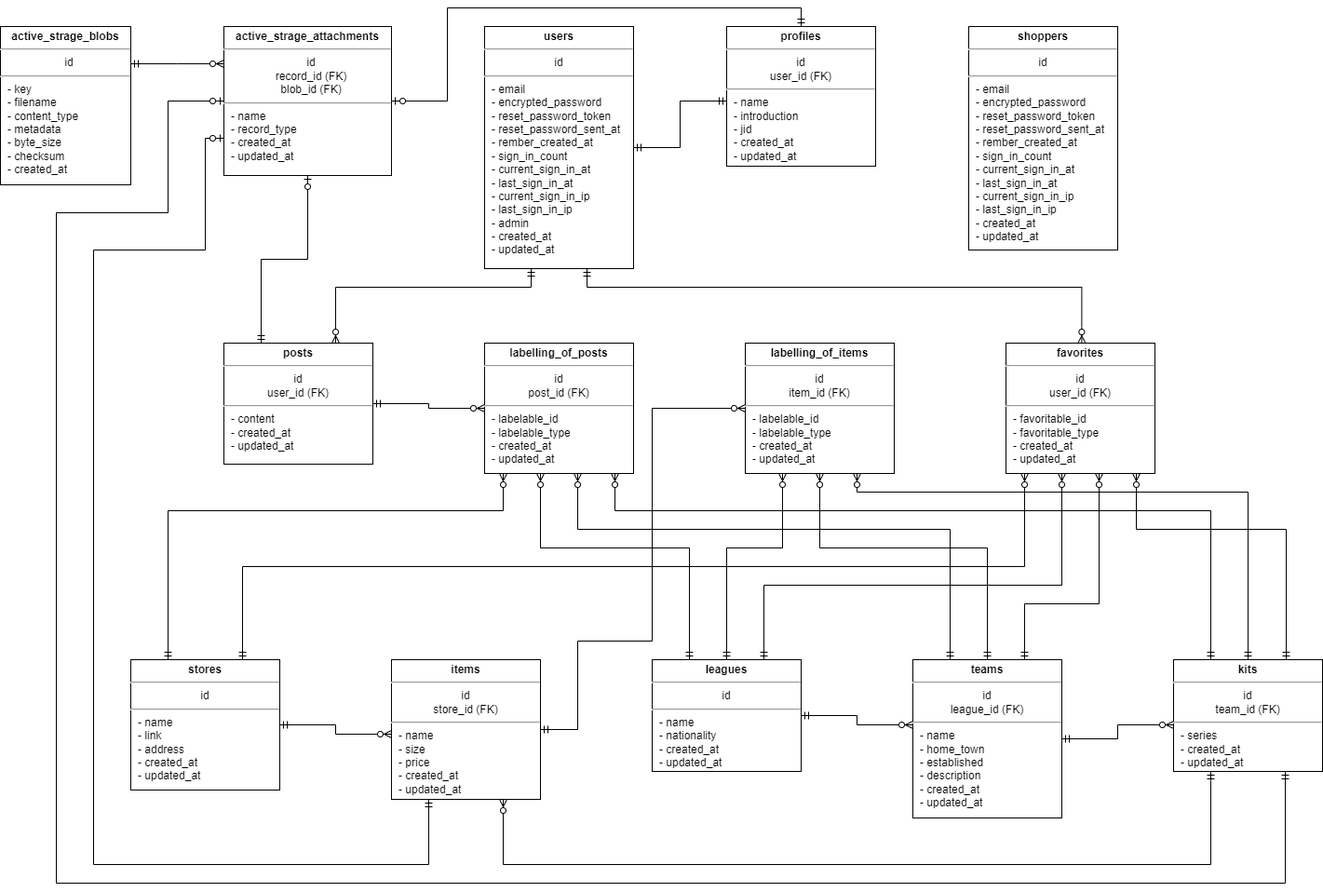
This is docs/ERD.png from taiki-naya/App_01, a draw.io export, as it was before one commit. Source tidied: cells renumbered, new cells last; positions are measured from the earlier drawing's top-left corner, leaving out a move shared by most shapes.
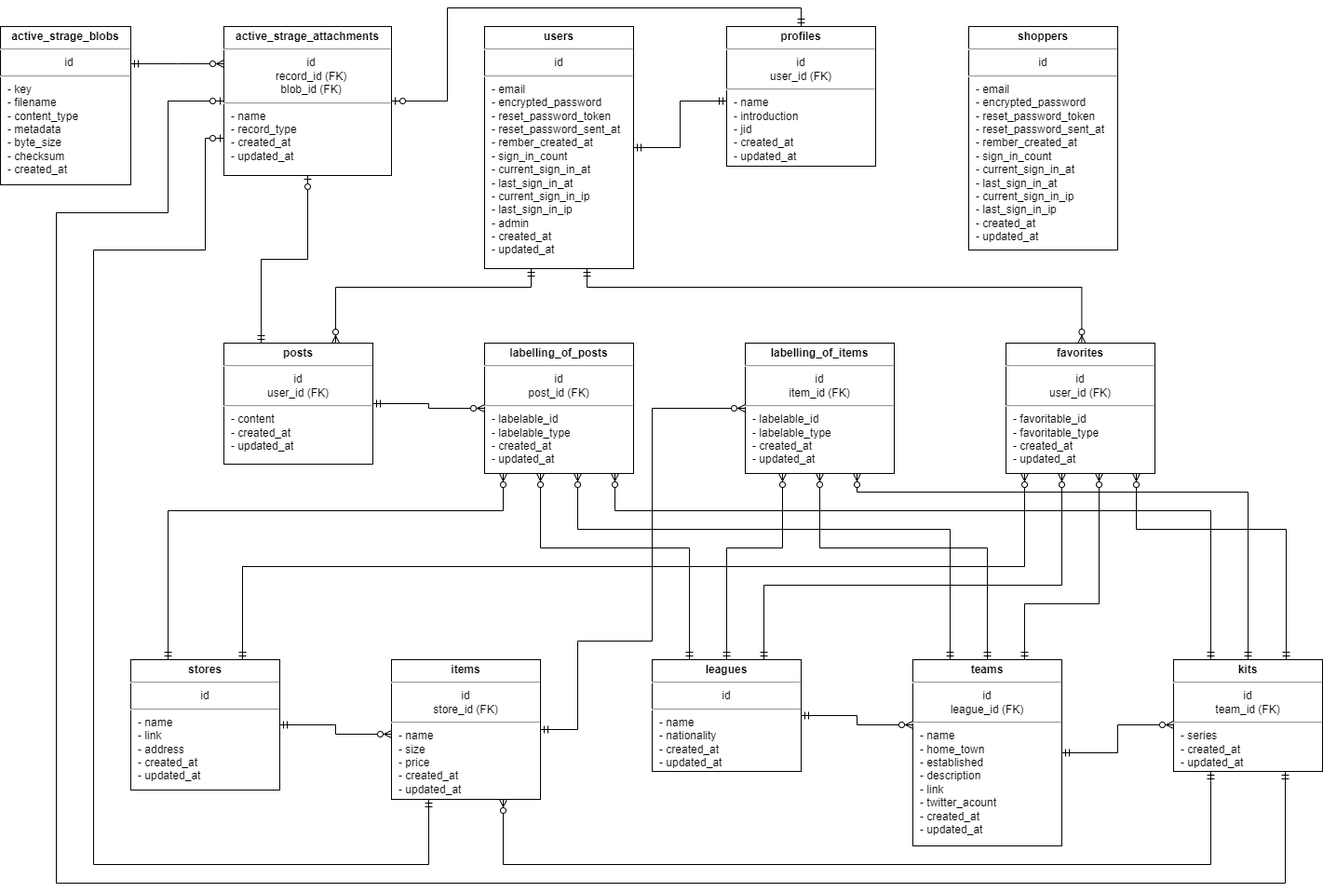
The same file after the commit.

Change to the diagram source:
```diff
@@ -238,8 +238,8 @@
         </Array>
       </mxGeometry>
     </mxCell>
-    <mxCell id="37" value="&lt;p style=&quot;margin: 4px 0px 0px ; text-align: center&quot;&gt;&lt;b&gt;teams&lt;/b&gt;&lt;/p&gt;&lt;hr&gt;&lt;div style=&quot;text-align: center&quot;&gt;&lt;span style=&quot;font-size: 12px&quot;&gt;id&lt;/span&gt;&lt;/div&gt;&lt;div style=&quot;text-align: center&quot;&gt;&lt;span style=&quot;font-size: 12px&quot;&gt;league_id (FK)&lt;/span&gt;&lt;/div&gt;&lt;hr&gt;&lt;p style=&quot;margin: 0px ; margin-left: 8px&quot;&gt;- name&lt;/p&gt;&lt;p style=&quot;margin: 0px ; margin-left: 8px&quot;&gt;- home_town&lt;/p&gt;&lt;p style=&quot;margin: 0px ; margin-left: 8px&quot;&gt;- established&lt;/p&gt;&lt;p style=&quot;margin: 0px ; margin-left: 8px&quot;&gt;- description&lt;/p&gt;&lt;p style=&quot;margin: 0px ; margin-left: 8px&quot;&gt;- created_at&lt;/p&gt;&lt;p style=&quot;margin: 0px ; margin-left: 8px&quot;&gt;- updated_at&lt;/p&gt;" style="verticalAlign=top;align=left;overflow=fill;fontSize=12;fontFamily=Helvetica;html=1;" parent="1" vertex="1">
-      <mxGeometry x="980" y="700" width="160" height="170" as="geometry" />
+    <mxCell id="37" value="&lt;p style=&quot;margin: 4px 0px 0px ; text-align: center&quot;&gt;&lt;b&gt;teams&lt;/b&gt;&lt;/p&gt;&lt;hr&gt;&lt;div style=&quot;text-align: center&quot;&gt;&lt;span style=&quot;font-size: 12px&quot;&gt;id&lt;/span&gt;&lt;/div&gt;&lt;div style=&quot;text-align: center&quot;&gt;&lt;span style=&quot;font-size: 12px&quot;&gt;league_id (FK)&lt;/span&gt;&lt;/div&gt;&lt;hr&gt;&lt;p style=&quot;margin: 0px ; margin-left: 8px&quot;&gt;- name&lt;/p&gt;&lt;p style=&quot;margin: 0px ; margin-left: 8px&quot;&gt;- home_town&lt;/p&gt;&lt;p style=&quot;margin: 0px ; margin-left: 8px&quot;&gt;- established&lt;/p&gt;&lt;p style=&quot;margin: 0px ; margin-left: 8px&quot;&gt;- description&lt;/p&gt;&lt;p style=&quot;margin: 0px ; margin-left: 8px&quot;&gt;- link&lt;/p&gt;&lt;p style=&quot;margin: 0px ; margin-left: 8px&quot;&gt;- twitter_acount&lt;/p&gt;&lt;p style=&quot;margin: 0px ; margin-left: 8px&quot;&gt;- created_at&lt;/p&gt;&lt;p style=&quot;margin: 0px ; margin-left: 8px&quot;&gt;- updated_at&lt;/p&gt;" style="verticalAlign=top;align=left;overflow=fill;fontSize=12;fontFamily=Helvetica;html=1;" parent="1" vertex="1">
+      <mxGeometry x="980" y="700" width="160" height="200" as="geometry" />
     </mxCell>
     <mxCell id="38" value="&lt;p style=&quot;margin: 4px 0px 0px ; text-align: center&quot;&gt;&lt;b&gt;kits&lt;/b&gt;&lt;/p&gt;&lt;hr&gt;&lt;div style=&quot;text-align: center&quot;&gt;&lt;span style=&quot;font-size: 12px&quot;&gt;id&lt;/span&gt;&lt;/div&gt;&lt;div style=&quot;text-align: center&quot;&gt;&lt;span style=&quot;font-size: 12px&quot;&gt;team_id (FK)&lt;/span&gt;&lt;/div&gt;&lt;hr&gt;&lt;p style=&quot;margin: 0px ; margin-left: 8px&quot;&gt;- series&lt;/p&gt;&lt;p style=&quot;margin: 0px ; margin-left: 8px&quot;&gt;- created_at&lt;/p&gt;&lt;p style=&quot;margin: 0px ; margin-left: 8px&quot;&gt;- updated_at&lt;/p&gt;" style="verticalAlign=top;align=left;overflow=fill;fontSize=12;fontFamily=Helvetica;html=1;" parent="1" vertex="1">
       <mxGeometry x="1260" y="700" width="160" height="120" as="geometry" />
```
